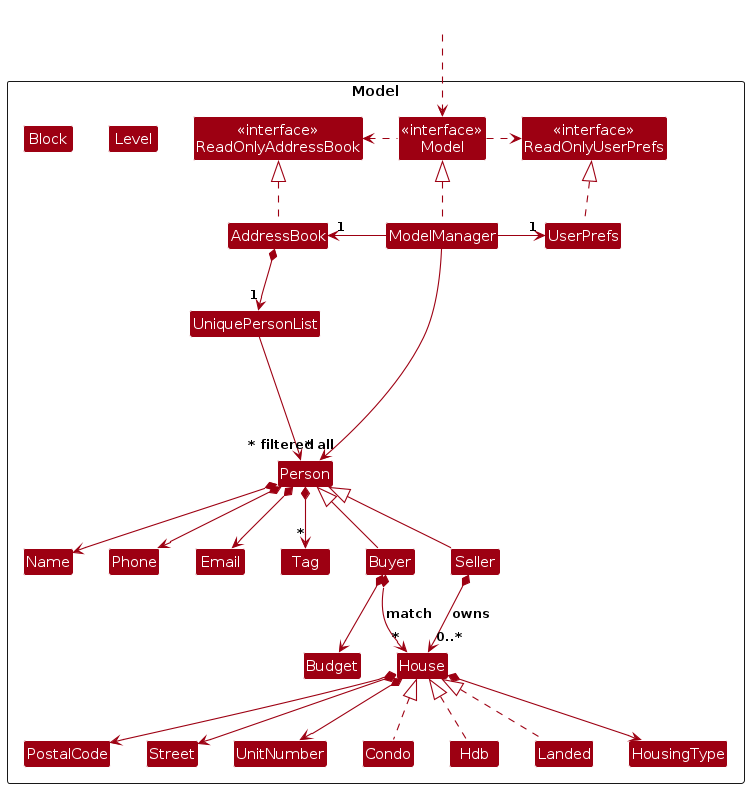
Above: diagrams/ModelClassDiagram.png in lokidoki102/tp (PlantUML), before the change. Its source is kept beside it as diagrams/ModelClassDiagram.puml.
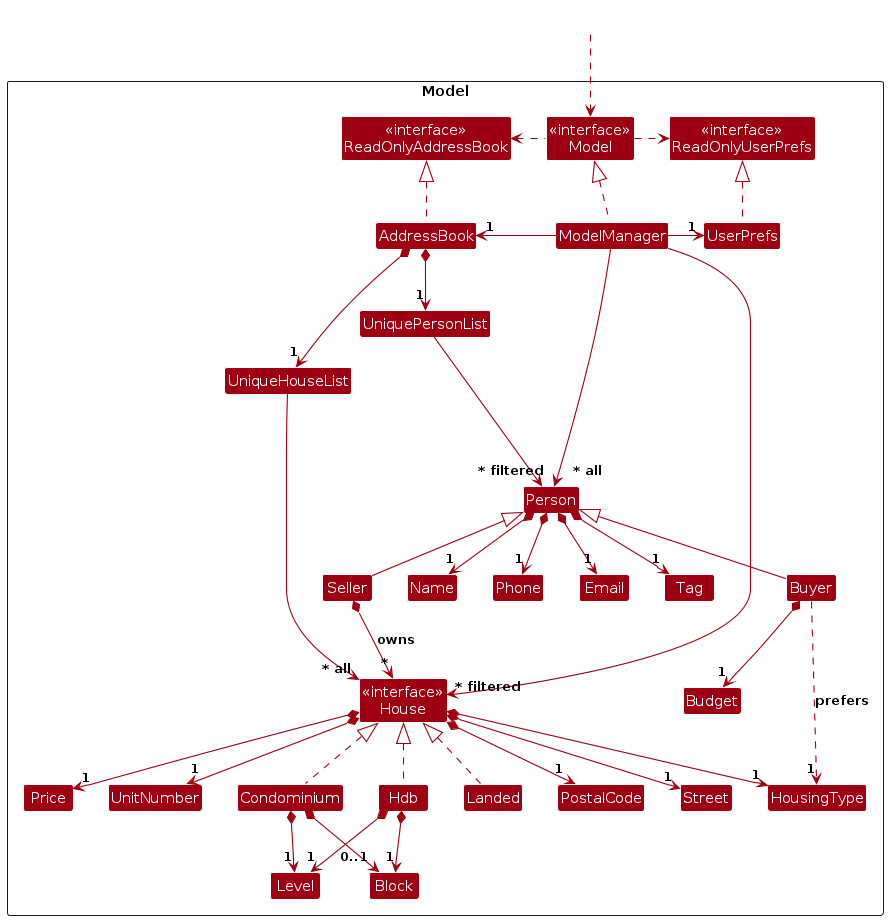
The same file after the commit.

What changed in the source:
```diff
@@ -8,6 +8,8 @@
 Class "<<interface>>\nReadOnlyAddressBook" as ReadOnlyAddressBook
 Class "<<interface>>\nReadOnlyUserPrefs" as ReadOnlyUserPrefs
 Class "<<interface>>\nModel" as Model
+Class "<<interface>>\nHouse" as House
+
 Class AddressBook
 Class ModelManager
 Class UserPrefs
@@ -19,14 +21,15 @@
 Class Phone
 Class Tag
 Class PostalCode
+Class UniqueHouseList
 Class Street
 Class Level
 Class Block
+Class Price
 Class UnitNumber
 Class Buyer extends Person
 Class Seller extends Person
-Class House
-Class Condo implements House
+Class Condominium implements House
 Class Hdb implements House
 Class Landed implements House
 Class Budget
@@ -48,25 +51,31 @@
 UserPrefs .up.|> ReadOnlyUserPrefs
 
 AddressBook *--> "1" UniquePersonList
-UniquePersonList --> "~* all" Person
-Person *--> Name
-Person *--> Phone
-Person *--> Email
-Person *--> "*" Tag
-House *--> PostalCode
-House *--> UnitNumber
-House *--> Street
-House *--> HousingType
-Seller *--> "0..*" House : owns
-Buyer *--> "*" House : match
-Buyer *--> Budget
-
+UniquePersonList --> "     ~* all" Person
+Person *--> "1" Name
+Person *--> "1" Phone
+Person *--> "1" Email
+Person *--> "1" Tag
+House *--> "1" PostalCode
+House *--> "1" UnitNumber
+House *--> "1" Street
+House *--> "1" Price
+House *--> "1" HousingType
+Condominium *--> "0..1" Block
+Condominium *--> "1" Level
+Hdb *--> "1" Block
+Hdb *--> "1" Level
+Seller *--> "*" House : owns
+Buyer *--> "1" Budget
+Buyer ..> "1" HousingType : prefers
+AddressBook *--> "1" UniqueHouseList
+UniqueHouseList --> "~* all" House
 
 Person -[hidden]up--> I
 UniquePersonList -[hidden]right-> I
 
 Name -[hidden]right-> Phone
 
-
 ModelManager --> "~* filtered" Person
+ModelManager --> "~* filtered" House
 @enduml
```
